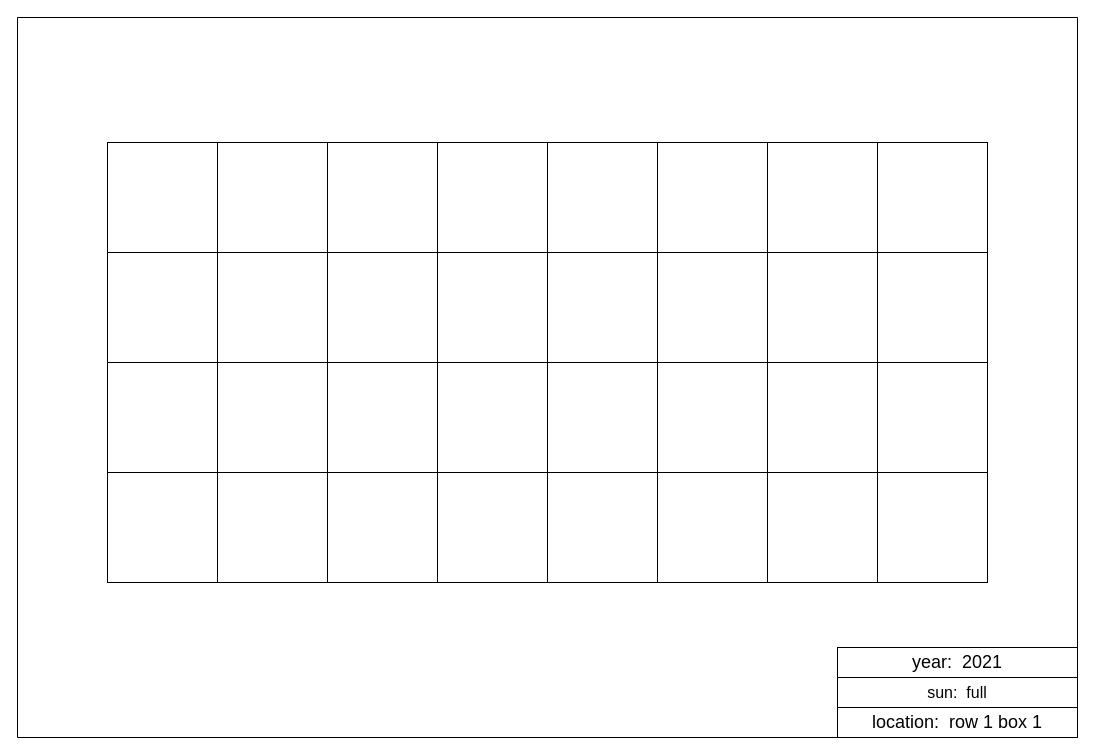
Above: page "r1b1" (2 of 8) of garden-layout.drawio in jerry-burchard/garden-2022 (draw.io), before the change. Source tidied: cells renumbered, new cells numbered last; positions are measured from the earlier drawing's top-left corner, leaving out a move shared by most shapes. Both pictures are drawn from the tidied source at 100%, with x=0, y=0 at pixel (17, 17).
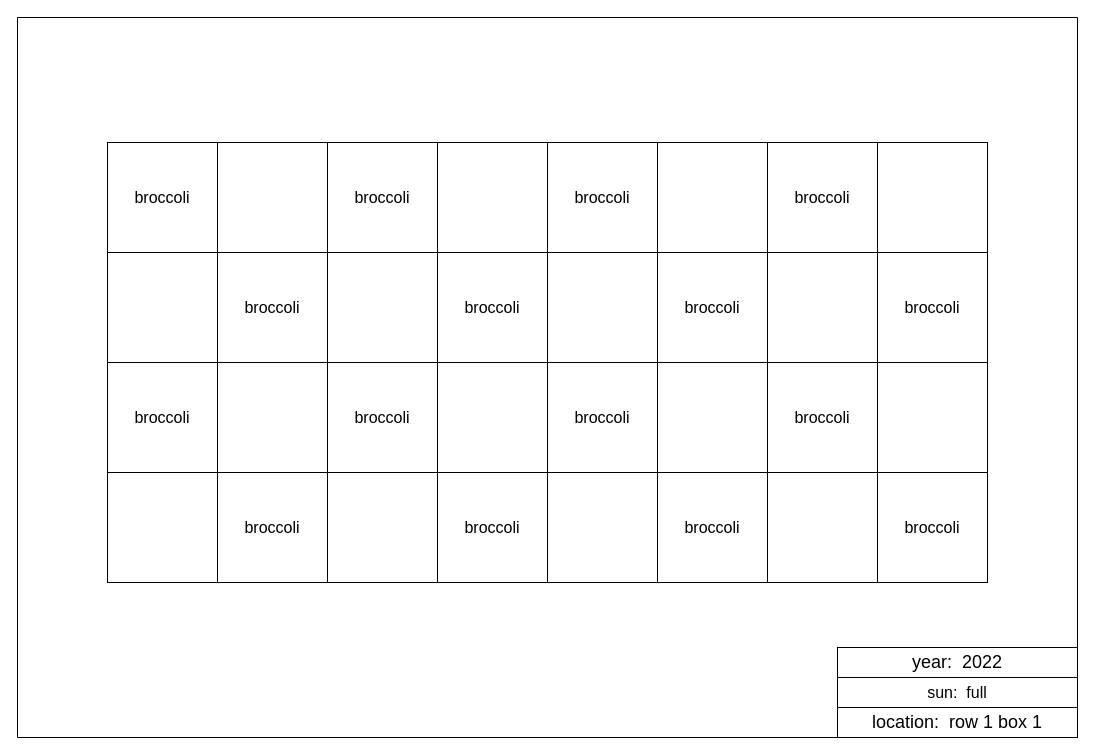
The same diagram, later.

What changed in the source:
```diff
@@
-    <mxCell id="2" style="whiteSpace=wrap;html=1;" parent="1" vertex="1">
+    <mxCell id="2" value="&lt;span style=&quot;font-size: medium&quot;&gt;broccoli&lt;/span&gt;" style="whiteSpace=wrap;html=1;" parent="1" vertex="1">
       <mxGeometry x="90" y="125" width="110" height="110" as="geometry" />
     </mxCell>
@@
-    <mxCell id="8" value="&lt;font style=&quot;font-size: 18px&quot;&gt;year:&amp;nbsp; 2021&lt;/font&gt;" style="rounded=0;whiteSpace=wrap;html=1;" parent="1" vertex="1">
+    <mxCell id="8" value="&lt;font style=&quot;font-size: 18px&quot;&gt;year:&amp;nbsp; 2022&lt;/font&gt;" style="rounded=0;whiteSpace=wrap;html=1;" parent="1" vertex="1">
       <mxGeometry x="820" y="630" width="240" height="30" as="geometry" />
     </mxCell>
@@
-    <mxCell id="12" style="whiteSpace=wrap;html=1;" parent="1" vertex="1">
+    <mxCell id="12" value="&lt;span style=&quot;font-size: medium&quot;&gt;broccoli&lt;/span&gt;" style="whiteSpace=wrap;html=1;" parent="1" vertex="1">
       <mxGeometry x="90" y="345" width="110" height="110" as="geometry" />
     </mxCell>
@@
-    <mxCell id="14" style="whiteSpace=wrap;html=1;" parent="1" vertex="1">
+    <mxCell id="14" value="&lt;span style=&quot;font-size: medium&quot;&gt;broccoli&lt;/span&gt;" style="whiteSpace=wrap;html=1;" parent="1" vertex="1">
       <mxGeometry x="200" y="235" width="110" height="110" as="geometry" />
     </mxCell>
@@
-    <mxCell id="16" style="whiteSpace=wrap;html=1;" parent="1" vertex="1">
+    <mxCell id="16" value="&lt;span style=&quot;font-size: medium&quot;&gt;broccoli&lt;/span&gt;" style="whiteSpace=wrap;html=1;" parent="1" vertex="1">
       <mxGeometry x="200" y="455" width="110" height="110" as="geometry" />
     </mxCell>
-    <mxCell id="17" style="whiteSpace=wrap;html=1;" parent="1" vertex="1">
+    <mxCell id="17" value="&lt;span style=&quot;font-size: medium&quot;&gt;broccoli&lt;/span&gt;" style="whiteSpace=wrap;html=1;" parent="1" vertex="1">
       <mxGeometry x="310" y="125" width="110" height="110" as="geometry" />
     </mxCell>
@@
-    <mxCell id="19" style="whiteSpace=wrap;html=1;" parent="1" vertex="1">
+    <mxCell id="19" value="&lt;span style=&quot;font-size: medium&quot;&gt;broccoli&lt;/span&gt;" style="whiteSpace=wrap;html=1;" parent="1" vertex="1">
       <mxGeometry x="310" y="345" width="110" height="110" as="geometry" />
     </mxCell>
@@
-    <mxCell id="22" style="whiteSpace=wrap;html=1;" parent="1" vertex="1">
+    <mxCell id="22" value="&lt;span style=&quot;font-size: medium&quot;&gt;broccoli&lt;/span&gt;" style="whiteSpace=wrap;html=1;" parent="1" vertex="1">
       <mxGeometry x="420" y="235" width="110" height="110" as="geometry" />
     </mxCell>
@@
-    <mxCell id="24" style="whiteSpace=wrap;html=1;" parent="1" vertex="1">
+    <mxCell id="24" value="&lt;span style=&quot;font-size: medium&quot;&gt;broccoli&lt;/span&gt;" style="whiteSpace=wrap;html=1;" parent="1" vertex="1">
       <mxGeometry x="420" y="455" width="110" height="110" as="geometry" />
     </mxCell>
-    <mxCell id="25" style="whiteSpace=wrap;html=1;" parent="1" vertex="1">
+    <mxCell id="25" value="&lt;span style=&quot;font-size: medium&quot;&gt;broccoli&lt;/span&gt;" style="whiteSpace=wrap;html=1;" parent="1" vertex="1">
       <mxGeometry x="530" y="125" width="110" height="110" as="geometry" />
     </mxCell>
@@
-    <mxCell id="27" style="whiteSpace=wrap;html=1;" parent="1" vertex="1">
+    <mxCell id="27" value="&lt;span style=&quot;font-size: medium&quot;&gt;broccoli&lt;/span&gt;" style="whiteSpace=wrap;html=1;" parent="1" vertex="1">
       <mxGeometry x="530" y="345" width="110" height="110" as="geometry" />
     </mxCell>
@@
-    <mxCell id="30" style="whiteSpace=wrap;html=1;" parent="1" vertex="1">
+    <mxCell id="30" value="&lt;span style=&quot;font-size: medium&quot;&gt;broccoli&lt;/span&gt;" style="whiteSpace=wrap;html=1;" parent="1" vertex="1">
       <mxGeometry x="640" y="235" width="110" height="110" as="geometry" />
     </mxCell>
@@
-    <mxCell id="32" style="whiteSpace=wrap;html=1;" parent="1" vertex="1">
+    <mxCell id="32" value="&lt;span style=&quot;font-size: medium&quot;&gt;broccoli&lt;/span&gt;" style="whiteSpace=wrap;html=1;" parent="1" vertex="1">
       <mxGeometry x="640" y="455" width="110" height="110" as="geometry" />
     </mxCell>
-    <mxCell id="33" style="whiteSpace=wrap;html=1;" parent="1" vertex="1">
+    <mxCell id="33" value="&lt;span style=&quot;font-size: medium&quot;&gt;broccoli&lt;/span&gt;" style="whiteSpace=wrap;html=1;" parent="1" vertex="1">
       <mxGeometry x="750" y="125" width="110" height="110" as="geometry" />
     </mxCell>
@@
-    <mxCell id="35" style="whiteSpace=wrap;html=1;" parent="1" vertex="1">
+    <mxCell id="35" value="&lt;span style=&quot;font-size: medium&quot;&gt;broccoli&lt;/span&gt;" style="whiteSpace=wrap;html=1;" parent="1" vertex="1">
       <mxGeometry x="750" y="345" width="110" height="110" as="geometry" />
     </mxCell>
@@
-    <mxCell id="38" style="whiteSpace=wrap;html=1;" parent="1" vertex="1">
+    <mxCell id="38" value="&lt;span style=&quot;font-size: medium&quot;&gt;broccoli&lt;/span&gt;" style="whiteSpace=wrap;html=1;" parent="1" vertex="1">
       <mxGeometry x="860" y="235" width="110" height="110" as="geometry" />
     </mxCell>
@@
-    <mxCell id="40" style="whiteSpace=wrap;html=1;" parent="1" vertex="1">
+    <mxCell id="40" value="&lt;span style=&quot;font-size: medium&quot;&gt;broccoli&lt;/span&gt;" style="whiteSpace=wrap;html=1;" parent="1" vertex="1">
       <mxGeometry x="860" y="455" width="110" height="110" as="geometry" />
     </mxCell>
```
